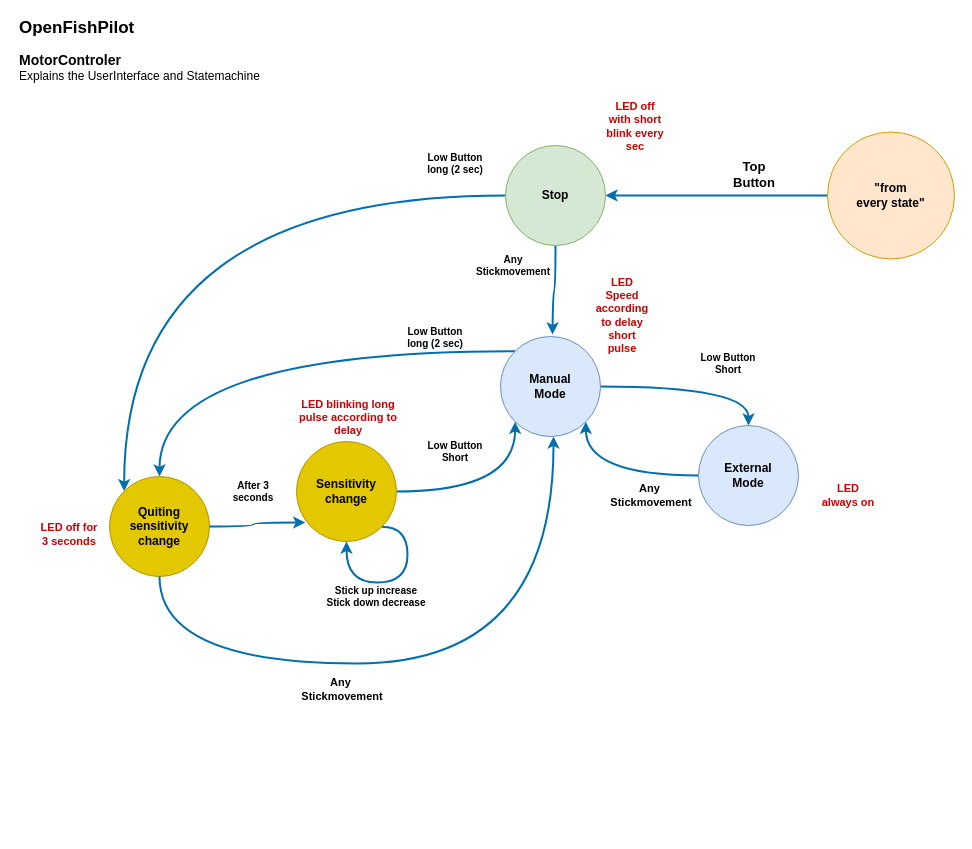
This is documentation/MotorControlerStateMachine.drawio from christoph65/PulseWidthControl, a draw.io file, before an edit. Source tidied: cells renumbered, new cells numbered last; positions are measured from the earlier drawing's top-left corner, leaving out a move shared by most shapes. Both pictures are drawn from the tidied source at 100%, with x=0, y=0 at pixel (17, 35).
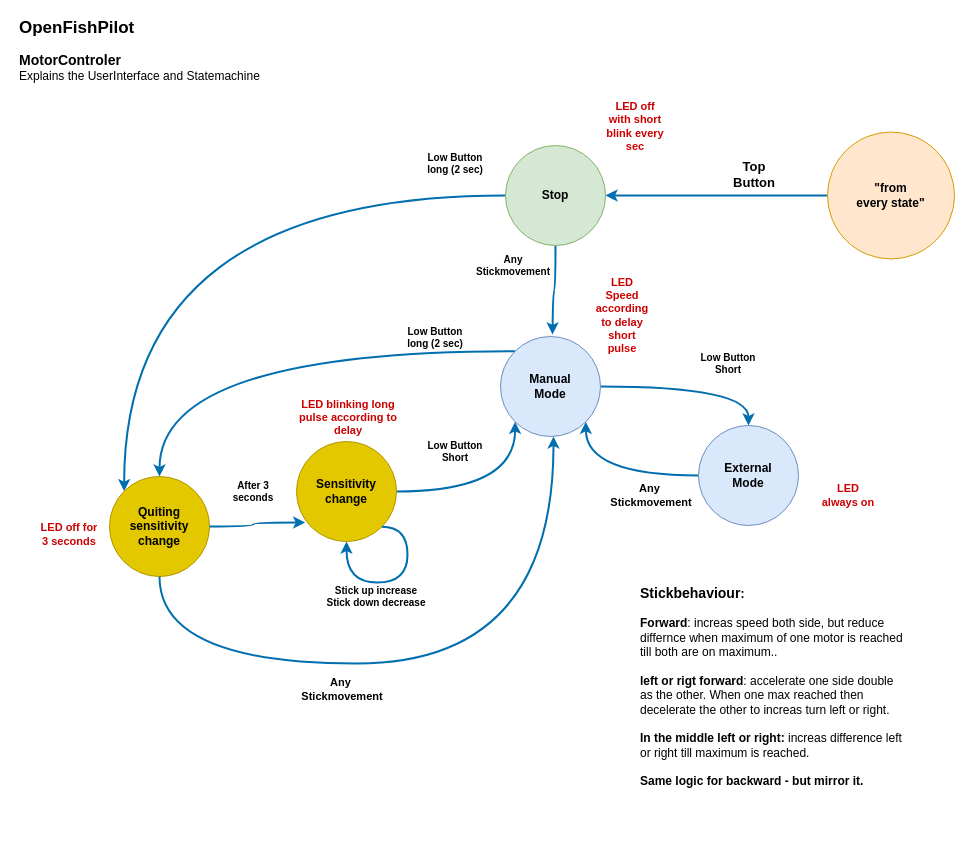
Above is the later version.

Commit message (it also covers changes not shown here):
Changed the behaviour of the stick to be much more intuitive. Then I can better drive along the deepline or accelerate and decelerate more intuitive.

Diff of the diagram source:
```diff
@@
+    <mxCell id="34" value="&lt;div&gt;&lt;span style=&quot;background-color: transparent; color: light-dark(rgb(0, 0, 0), rgb(255, 255, 255));&quot;&gt;&lt;b&gt;&lt;font style=&quot;font-size: 14px;&quot;&gt;Stickbehaviour&lt;/font&gt;:&lt;/b&gt;&lt;/span&gt;&lt;/div&gt;&lt;div&gt;&lt;span style=&quot;background-color: transparent; color: light-dark(rgb(0, 0, 0), rgb(255, 255, 255));&quot;&gt;&lt;b&gt;&lt;br&gt;&lt;/b&gt;&lt;/span&gt;&lt;/div&gt;&lt;div&gt;&lt;b&gt;Forward&lt;/b&gt;:&amp;nbsp;&lt;span style=&quot;background-color: transparent; color: light-dark(rgb(0, 0, 0), rgb(255, 255, 255));&quot;&gt;increas speed both side, but reduce differnce when maximum of one motor is reached till both are on maximum..&lt;/span&gt;&lt;/div&gt;&lt;div&gt;&lt;b&gt;&lt;br&gt;&lt;/b&gt;&lt;/div&gt;&lt;div&gt;&lt;b&gt;left or rigt forward&lt;/b&gt;: accelerate one side double as the other. When one max reached then decelerate the other to increas turn left or right.&lt;/div&gt;&lt;div&gt;&lt;br&gt;&lt;/div&gt;&lt;div&gt;&lt;b&gt;In the middle left or right: &lt;/b&gt;increas difference left or right till maximum is reached.&lt;/div&gt;&lt;div&gt;&lt;br&gt;&lt;/div&gt;&lt;div&gt;&lt;b&gt;Same logic for backward - but mirror it.&lt;/b&gt;&lt;/div&gt;&lt;div&gt;&lt;br&gt;&lt;/div&gt;&lt;div&gt;&lt;br&gt;&lt;/div&gt;&lt;div&gt;&lt;br&gt;&lt;/div&gt;" style="text;html=1;align=left;verticalAlign=middle;whiteSpace=wrap;rounded=0;" parent="1" vertex="1">
+      <mxGeometry x="621" y="624" width="271" height="98" as="geometry" />
+    </mxCell>
```
